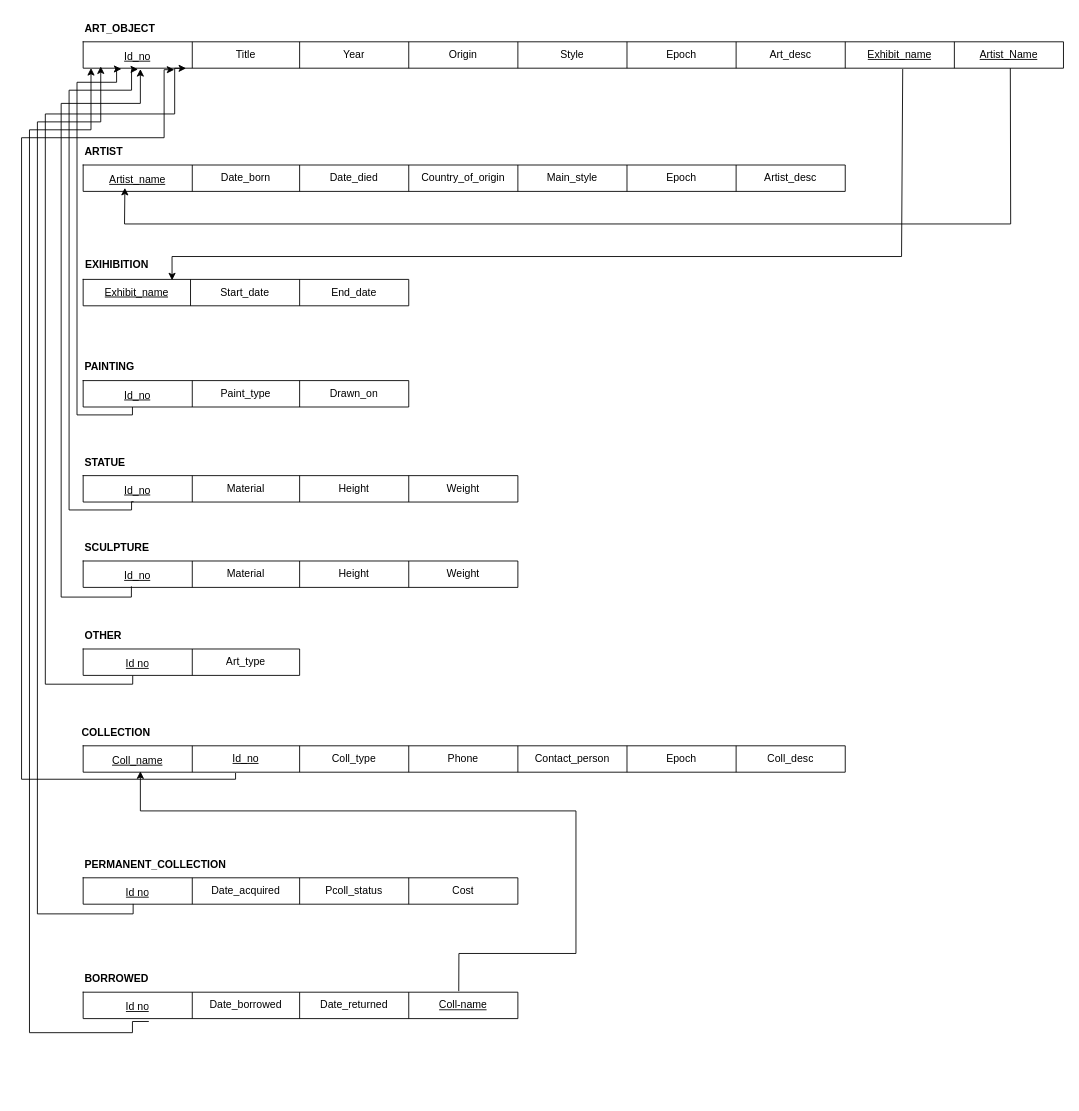
Above: Database-design/final_project_relational_model.drawio in ENSF-300-F23/museum-project-l01-34 (draw.io), before the change. Source tidied: cells renumbered, new cells numbered last; positions are measured from the earlier drawing's top-left corner, leaving out a move shared by most shapes. Both pictures are drawn from the tidied source at 88%, with x=0, y=0 at pixel (21, 15).
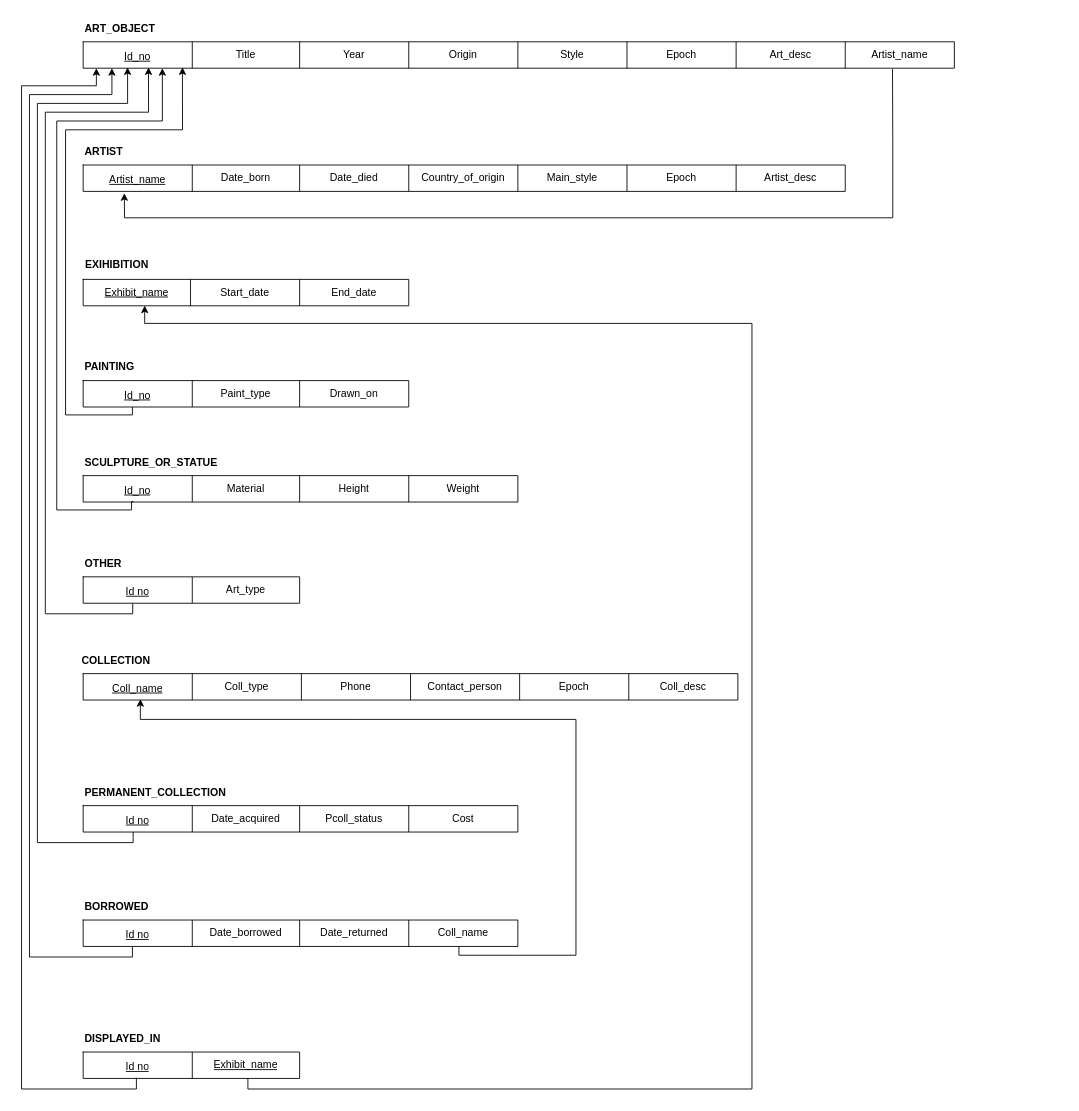
The same page after the edit.

Commit message:
changed according to changes in eerd

Unchanged cells that the change refers to:
```xml
<mxCell id="15" style="shape=tableRow;horizontal=0;startSize=0;swimlaneHead=0;swimlaneBody=0;strokeColor=inherit;top=0;left=0;bottom=0;right=0;fillColor=none;points=[[0,0.5],[1,0.5]];portConstraint=eastwest;fontSize=16;" parent="14" vertex="1">
  <mxGeometry width="866" height="30" as="geometry" />
</mxCell>
<mxCell id="25" style="shape=tableRow;horizontal=0;startSize=0;swimlaneHead=0;swimlaneBody=0;strokeColor=inherit;top=0;left=0;bottom=0;right=0;fillColor=none;points=[[0,0.5],[1,0.5]];portConstraint=eastwest;fontSize=16;" parent="24" vertex="1">
  <mxGeometry width="370" height="30" as="geometry" />
</mxCell>
<mxCell id="37" style="shape=table;startSize=0;childLayout=tableLayout;fontSize=11;" parent="1" vertex="1">
  <mxGeometry x="70" y="523" width="494" height="30" as="geometry" />
</mxCell>
<mxCell id="52" style="shape=tableRow;horizontal=0;startSize=0;swimlaneHead=0;swimlaneBody=0;strokeColor=inherit;top=0;left=0;bottom=0;right=0;fillColor=none;points=[[0,0.5],[1,0.5]];portConstraint=eastwest;fontSize=16;" parent="51" vertex="1">
  <mxGeometry width="246" height="30" as="geometry" />
</mxCell>
<mxCell id="67" style="shape=tableRow;horizontal=0;startSize=0;swimlaneHead=0;swimlaneBody=0;strokeColor=inherit;top=0;left=0;bottom=0;right=0;fillColor=none;points=[[0,0.5],[1,0.5]];portConstraint=eastwest;fontSize=16;" parent="66" vertex="1">
  <mxGeometry width="494" height="30" as="geometry" />
</mxCell>
<mxCell id="74" style="shape=tableRow;horizontal=0;startSize=0;swimlaneHead=0;swimlaneBody=0;strokeColor=inherit;top=0;left=0;bottom=0;right=0;fillColor=none;points=[[0,0.5],[1,0.5]];portConstraint=eastwest;fontSize=16;" parent="73" vertex="1">
  <mxGeometry width="494" height="30" as="geometry" />
</mxCell>
```

The edit, as a diff of the source:
```diff
@@
     <mxCell id="2" style="shape=table;startSize=0;childLayout=tableLayout;fontSize=11;" parent="1" vertex="1">
-      <mxGeometry x="70" y="30" width="1114" height="30" as="geometry" />
+      <mxGeometry x="70" y="30" width="990" height="30" as="geometry" />
     </mxCell>
     <mxCell id="3" style="shape=tableRow;horizontal=0;startSize=0;swimlaneHead=0;swimlaneBody=0;strokeColor=inherit;top=0;left=0;bottom=0;right=0;fillColor=none;points=[[0,0.5],[1,0.5]];portConstraint=eastwest;fontSize=16;" parent="2" vertex="1">
-      <mxGeometry width="1114" height="30" as="geometry" />
+      <mxGeometry width="990" height="30" as="geometry" />
     </mxCell>
@@
-    <mxCell id="11" value="&lt;u&gt;Exhibit_name&lt;/u&gt;" style="shape=partialRectangle;html=1;whiteSpace=wrap;strokeColor=inherit;overflow=hidden;fillColor=none;top=0;left=0;bottom=0;right=0;fontSize=12;" parent="3" vertex="1">
-      <mxGeometry x="866" width="124" height="30" as="geometry" />
-    </mxCell>
-    <mxCell id="12" value="&lt;u&gt;Artist_Name&lt;/u&gt;" style="shape=partialRectangle;html=1;whiteSpace=wrap;strokeColor=inherit;overflow=hidden;fillColor=none;top=0;left=0;bottom=0;right=0;fontSize=12;" parent="3" vertex="1">
-      <mxGeometry x="990" width="124" height="30" as="geometry" />
+    <mxCell id="12" value="&lt;span&gt;Artist_name&lt;/span&gt;" style="shape=partialRectangle;html=1;whiteSpace=wrap;strokeColor=inherit;overflow=hidden;fillColor=none;top=0;left=0;bottom=0;right=0;fontSize=12;fontStyle=0;" parent="3" vertex="1">
+      <mxGeometry x="866" width="124" height="30" as="geometry" />
     </mxCell>
@@
-    <mxCell id="36" value="STATUE" style="text;html=1;strokeColor=none;fillColor=none;align=left;verticalAlign=middle;whiteSpace=wrap;rounded=0;fontStyle=1;" parent="1" vertex="1">
-      <mxGeometry x="70" y="493" width="90" height="30" as="geometry" />
+    <mxCell id="36" value="SCULPTURE_OR_STATUE" style="text;html=1;strokeColor=none;fillColor=none;align=left;verticalAlign=middle;whiteSpace=wrap;rounded=0;fontStyle=1;" parent="1" vertex="1">
+      <mxGeometry x="70" y="493" width="160" height="30" as="geometry" />
     </mxCell>
@@
-    <mxCell id="43" value="SCULPTURE" style="text;html=1;strokeColor=none;fillColor=none;align=left;verticalAlign=middle;whiteSpace=wrap;rounded=0;fontStyle=1;" parent="1" vertex="1">
-      <mxGeometry x="70" y="590" width="90" height="30" as="geometry" />
-    </mxCell>
-    <mxCell id="44" style="shape=table;startSize=0;childLayout=tableLayout;fontSize=11;" parent="1" vertex="1">
-      <mxGeometry x="70" y="620" width="494" height="30" as="geometry" />
-    </mxCell>
-    <mxCell id="45" style="shape=tableRow;horizontal=0;startSize=0;swimlaneHead=0;swimlaneBody=0;strokeColor=inherit;top=0;left=0;bottom=0;right=0;fillColor=none;points=[[0,0.5],[1,0.5]];portConstraint=eastwest;fontSize=16;" parent="44" vertex="1">
-      <mxGeometry width="494" height="30" as="geometry" />
-    </mxCell>
-    <mxCell id="46" value="&lt;span style=&quot;font-size: 12px;&quot;&gt;&lt;u&gt;Id_no&lt;/u&gt;&lt;/span&gt;" style="shape=partialRectangle;html=1;whiteSpace=wrap;strokeColor=inherit;overflow=hidden;fillColor=none;top=0;left=0;bottom=0;right=0;fontSize=16;" parent="45" vertex="1">
-      <mxGeometry width="124" height="30" as="geometry" />
-    </mxCell>
-    <mxCell id="47" value="Material" style="shape=partialRectangle;html=1;whiteSpace=wrap;strokeColor=inherit;overflow=hidden;fillColor=none;top=0;left=0;bottom=0;right=0;fontSize=12;" parent="45" vertex="1">
-      <mxGeometry x="124" width="122" height="30" as="geometry" />
-    </mxCell>
-    <mxCell id="48" value="Height" style="shape=partialRectangle;html=1;whiteSpace=wrap;strokeColor=inherit;overflow=hidden;fillColor=none;top=0;left=0;bottom=0;right=0;fontSize=12;" parent="45" vertex="1">
-      <mxGeometry x="246" width="124" height="30" as="geometry" />
-    </mxCell>
-    <mxCell id="49" value="Weight" style="shape=partialRectangle;html=1;whiteSpace=wrap;strokeColor=inherit;overflow=hidden;fillColor=none;top=0;left=0;bottom=0;right=0;fontSize=12;" parent="45" vertex="1">
-      <mxGeometry x="370" width="124" height="30" as="geometry" />
-    </mxCell>
     <mxCell id="50" value="OTHER" style="text;html=1;strokeColor=none;fillColor=none;align=left;verticalAlign=middle;whiteSpace=wrap;rounded=0;fontStyle=1;" parent="1" vertex="1">
-      <mxGeometry x="70" y="690" width="90" height="30" as="geometry" />
+      <mxGeometry x="70" y="608" width="90" height="30" as="geometry" />
     </mxCell>
     <mxCell id="51" style="shape=table;startSize=0;childLayout=tableLayout;fontSize=11;" parent="1" vertex="1">
-      <mxGeometry x="70" y="720" width="246" height="30" as="geometry" />
+      <mxGeometry x="70" y="638" width="246" height="30" as="geometry" />
     </mxCell>
@@
     <mxCell id="55" style="shape=table;startSize=0;childLayout=tableLayout;fontSize=11;" parent="1" vertex="1">
-      <mxGeometry x="70" y="830" width="866" height="30" as="geometry" />
+      <mxGeometry x="70" y="748" width="744" height="30" as="geometry" />
     </mxCell>
     <mxCell id="56" style="shape=tableRow;horizontal=0;startSize=0;swimlaneHead=0;swimlaneBody=0;strokeColor=inherit;top=0;left=0;bottom=0;right=0;fillColor=none;points=[[0,0.5],[1,0.5]];portConstraint=eastwest;fontSize=16;" parent="55" vertex="1">
-      <mxGeometry width="866" height="30" as="geometry" />
+      <mxGeometry width="744" height="30" as="geometry" />
     </mxCell>
@@
-    <mxCell id="58" value="&lt;u&gt;Id_no&lt;/u&gt;" style="shape=partialRectangle;html=1;whiteSpace=wrap;strokeColor=inherit;overflow=hidden;fillColor=none;top=0;left=0;bottom=0;right=0;fontSize=12;" parent="56" vertex="1">
-      <mxGeometry x="124" width="122" height="30" as="geometry" />
-    </mxCell>
     <mxCell id="59" value="Coll_type" style="shape=partialRectangle;html=1;whiteSpace=wrap;strokeColor=inherit;overflow=hidden;fillColor=none;top=0;left=0;bottom=0;right=0;fontSize=12;" parent="56" vertex="1">
-      <mxGeometry x="246" width="124" height="30" as="geometry" />
+      <mxGeometry x="124" width="124" height="30" as="geometry" />
     </mxCell>
     <mxCell id="60" value="Phone" style="shape=partialRectangle;html=1;whiteSpace=wrap;strokeColor=inherit;overflow=hidden;fillColor=none;top=0;left=0;bottom=0;right=0;fontSize=12;" parent="56" vertex="1">
-      <mxGeometry x="370" width="124" height="30" as="geometry" />
+      <mxGeometry x="248" width="124" height="30" as="geometry" />
     </mxCell>
     <mxCell id="61" value="Contact_person" style="shape=partialRectangle;html=1;whiteSpace=wrap;strokeColor=inherit;overflow=hidden;fillColor=none;top=0;left=0;bottom=0;right=0;fontSize=12;" parent="56" vertex="1">
-      <mxGeometry x="494" width="124" height="30" as="geometry" />
+      <mxGeometry x="372" width="124" height="30" as="geometry" />
     </mxCell>
     <mxCell id="62" value="Epoch" style="shape=partialRectangle;html=1;whiteSpace=wrap;strokeColor=inherit;overflow=hidden;fillColor=none;top=0;left=0;bottom=0;right=0;fontSize=12;" parent="56" vertex="1">
-      <mxGeometry x="618" width="124" height="30" as="geometry" />
+      <mxGeometry x="496" width="124" height="30" as="geometry" />
     </mxCell>
     <mxCell id="63" value="Coll_desc" style="shape=partialRectangle;html=1;whiteSpace=wrap;strokeColor=inherit;overflow=hidden;fillColor=none;top=0;left=0;bottom=0;right=0;fontSize=12;" parent="56" vertex="1">
-      <mxGeometry x="742" width="124" height="30" as="geometry" />
+      <mxGeometry x="620" width="124" height="30" as="geometry" />
     </mxCell>
     <mxCell id="64" value="PERMANENT_COLLECTION" style="text;html=1;strokeColor=none;fillColor=none;align=left;verticalAlign=middle;whiteSpace=wrap;rounded=0;fontStyle=1;" parent="1" vertex="1">
-      <mxGeometry x="70" y="950" width="90" height="30" as="geometry" />
+      <mxGeometry x="70" y="868" width="90" height="30" as="geometry" />
     </mxCell>
     <mxCell id="65" value="&lt;b&gt;COLLECTION&lt;/b&gt;" style="text;html=1;align=center;verticalAlign=middle;strokeColor=none;fillColor=none;" parent="1" vertex="1">
-      <mxGeometry x="57" y="800" width="100" height="30" as="geometry" />
+      <mxGeometry x="57" y="718" width="100" height="30" as="geometry" />
     </mxCell>
     <mxCell id="66" style="shape=table;startSize=0;childLayout=tableLayout;fontSize=11;" parent="1" vertex="1">
-      <mxGeometry x="70" y="980" width="494" height="30" as="geometry" />
+      <mxGeometry x="70" y="898" width="494" height="30" as="geometry" />
     </mxCell>
@@
     <mxCell id="72" value="BORROWED" style="text;html=1;strokeColor=none;fillColor=none;align=left;verticalAlign=middle;whiteSpace=wrap;rounded=0;fontStyle=1;" parent="1" vertex="1">
-      <mxGeometry x="70" y="1080" width="90" height="30" as="geometry" />
+      <mxGeometry x="70" y="998" width="90" height="30" as="geometry" />
     </mxCell>
     <mxCell id="73" style="shape=table;startSize=0;childLayout=tableLayout;fontSize=11;" parent="1" vertex="1">
-      <mxGeometry x="70" y="1110" width="494" height="30" as="geometry" />
+      <mxGeometry x="70" y="1028" width="494" height="30" as="geometry" />
     </mxCell>
@@
-    <mxCell id="78" value="&lt;u&gt;Coll-name&lt;/u&gt;" style="shape=partialRectangle;html=1;whiteSpace=wrap;strokeColor=inherit;overflow=hidden;fillColor=none;top=0;left=0;bottom=0;right=0;fontSize=12;" parent="74" vertex="1">
+    <mxCell id="78" value="&lt;span&gt;Coll_name&lt;/span&gt;" style="shape=partialRectangle;html=1;whiteSpace=wrap;strokeColor=inherit;overflow=hidden;fillColor=none;top=0;left=0;bottom=0;right=0;fontSize=12;fontStyle=0;" parent="74" vertex="1">
       <mxGeometry x="370" width="124" height="30" as="geometry" />
     </mxCell>
-    <mxCell id="79" style="edgeStyle=orthogonalEdgeStyle;rounded=0;jettySize=auto;html=1;entryX=0.039;entryY=1.031;entryDx=0;entryDy=0;entryPerimeter=0;" parent="1" edge="1" target="3">
+    <mxCell id="79" style="edgeStyle=orthogonalEdgeStyle;rounded=0;jettySize=auto;html=1;entryX=0.114;entryY=0.968;entryDx=0;entryDy=0;entryPerimeter=0;" parent="1" edge="1" target="3">
       <mxGeometry relative="1" as="geometry">
         <mxPoint x="126" y="445" as="sourcePoint" />
         <Array as="points">
           <mxPoint x="126" y="454" />
-          <mxPoint x="63" y="454" />
-          <mxPoint x="63" y="76" />
-          <mxPoint x="108" y="76" />
-          <mxPoint x="108" y="61" />
+          <mxPoint x="50" y="454" />
+          <mxPoint x="50" y="130" />
+          <mxPoint x="183" y="130" />
         </Array>
       </mxGeometry>
     </mxCell>
-    <mxCell id="80" style="edgeStyle=orthogonalEdgeStyle;rounded=0;jettySize=auto;html=1;entryX=0.056;entryY=1.042;entryDx=0;entryDy=0;entryPerimeter=0;exitX=0.116;exitY=0.986;exitDx=0;exitDy=0;exitPerimeter=0;" parent="1" edge="1" source="37" target="3">
+    <mxCell id="80" style="edgeStyle=orthogonalEdgeStyle;rounded=0;jettySize=auto;html=1;exitX=0.116;exitY=0.986;exitDx=0;exitDy=0;exitPerimeter=0;" parent="1" edge="1" source="37">
       <mxGeometry relative="1" as="geometry">
+        <mxPoint x="160" y="60" as="targetPoint" />
         <Array as="points">
           <mxPoint x="125" y="553" />
           <mxPoint x="125" y="562" />
-          <mxPoint x="54" y="562" />
-          <mxPoint x="54" y="85" />
-          <mxPoint x="125" y="85" />
+          <mxPoint x="40" y="562" />
+          <mxPoint x="40" y="120" />
+          <mxPoint x="160" y="120" />
         </Array>
       </mxGeometry>
     </mxCell>
-    <mxCell id="81" style="edgeStyle=orthogonalEdgeStyle;rounded=0;jettySize=auto;html=1;exitX=0.111;exitY=0.96;exitDx=0;exitDy=0;exitPerimeter=0;" parent="1" edge="1" source="45">
-      <mxGeometry relative="1" as="geometry">
-        <mxPoint x="135" y="61" as="targetPoint" />
-        <Array as="points">
-          <mxPoint x="125" y="661" />
-          <mxPoint x="45" y="661" />
-          <mxPoint x="45" y="100" />
-          <mxPoint x="135" y="100" />
-          <mxPoint x="135" y="61" />
-        </Array>
-      </mxGeometry>
-    </mxCell>
-    <mxCell id="82" style="edgeStyle=orthogonalEdgeStyle;rounded=0;jettySize=auto;html=1;entryX=0.105;entryY=1.004;entryDx=0;entryDy=0;entryPerimeter=0;exitX=0.229;exitY=1.007;exitDx=0;exitDy=0;exitPerimeter=0;" parent="1" edge="1" source="52" target="3">
+    <mxCell id="82" style="edgeStyle=orthogonalEdgeStyle;rounded=0;jettySize=auto;html=1;entryX=0.075;entryY=0.968;entryDx=0;entryDy=0;entryPerimeter=0;exitX=0.229;exitY=1.007;exitDx=0;exitDy=0;exitPerimeter=0;" parent="1" edge="1" source="52" target="3">
       <mxGeometry relative="1" as="geometry">
         <Array as="points">
-          <mxPoint x="126" y="760" />
-          <mxPoint x="27" y="760" />
-          <mxPoint x="27" y="112" />
-          <mxPoint x="174" y="112" />
+          <mxPoint x="126" y="680" />
+          <mxPoint x="27" y="680" />
+          <mxPoint x="27" y="110" />
+          <mxPoint x="144" y="110" />
         </Array>
       </mxGeometry>
     </mxCell>
-    <mxCell id="83" style="edgeStyle=orthogonalEdgeStyle;rounded=0;jettySize=auto;html=1;exitX=0.115;exitY=0.99;exitDx=0;exitDy=0;exitPerimeter=0;" parent="1" edge="1" source="67">
+    <mxCell id="83" style="edgeStyle=orthogonalEdgeStyle;rounded=0;jettySize=auto;html=1;exitX=0.115;exitY=0.99;exitDx=0;exitDy=0;exitPerimeter=0;entryX=0.051;entryY=0.968;entryDx=0;entryDy=0;entryPerimeter=0;" parent="1" edge="1" source="67" target="3">
       <mxGeometry relative="1" as="geometry">
-        <mxPoint x="90" y="58" as="targetPoint" />
         <Array as="points">
-          <mxPoint x="127" y="1021" />
-          <mxPoint x="18" y="1021" />
-          <mxPoint x="18" y="121" />
-          <mxPoint x="90" y="121" />
+          <mxPoint x="127" y="940" />
+          <mxPoint x="18" y="940" />
+          <mxPoint x="18" y="100" />
+          <mxPoint x="121" y="100" />
         </Array>
       </mxGeometry>
     </mxCell>
-    <mxCell id="84" style="edgeStyle=orthogonalEdgeStyle;rounded=0;jettySize=auto;html=1;exitX=0.151;exitY=1.109;exitDx=0;exitDy=0;exitPerimeter=0;entryX=0.008;entryY=0.995;entryDx=0;entryDy=0;entryPerimeter=0;" parent="1" edge="1" source="74" target="3">
+    <mxCell id="84" style="edgeStyle=orthogonalEdgeStyle;rounded=0;jettySize=auto;html=1;entryX=0.033;entryY=1;entryDx=0;entryDy=0;entryPerimeter=0;" parent="1" edge="1" source="74" target="3">
       <mxGeometry relative="1" as="geometry">
         <Array as="points">
-          <mxPoint x="126" y="1156" />
-          <mxPoint x="9" y="1156" />
-          <mxPoint x="9" y="130" />
-          <mxPoint x="78" y="130" />
+          <mxPoint x="126" y="1070" />
+          <mxPoint x="9" y="1070" />
+          <mxPoint x="9" y="90" />
+          <mxPoint x="103" y="90" />
         </Array>
       </mxGeometry>
     </mxCell>
-    <mxCell id="85" style="edgeStyle=orthogonalEdgeStyle;rounded=0;jettySize=auto;html=1;exitX=0.2;exitY=1.03;exitDx=0;exitDy=0;exitPerimeter=0;entryX=0.093;entryY=1.056;entryDx=0;entryDy=0;entryPerimeter=0;" parent="1" edge="1" source="56" target="2">
-      <mxGeometry relative="1" as="geometry">
-        <Array as="points">
-          <mxPoint x="243" y="868" />
-          <mxPoint y="868" />
-          <mxPoint y="139" />
-          <mxPoint x="162" y="139" />
-        </Array>
-      </mxGeometry>
-    </mxCell>
-    <mxCell id="86" style="endArrow=classic;html=1;rounded=0;exitX=0.836;exitY=1.033;exitDx=0;exitDy=0;exitPerimeter=0;entryX=0.273;entryY=0.033;entryDx=0;entryDy=0;entryPerimeter=0;" parent="1" edge="1" source="3" target="25">
-      <mxGeometry relative="1" as="geometry">
-        <Array as="points">
-          <mxPoint x="1000" y="274" />
-          <mxPoint x="171" y="274" />
-        </Array>
-      </mxGeometry>
-    </mxCell>
-    <mxCell id="87" style="endArrow=classic;html=1;rounded=0;exitX=0.953;exitY=1.033;exitDx=0;exitDy=0;exitPerimeter=0;entryX=0.064;entryY=0.9;entryDx=0;entryDy=0;entryPerimeter=0;" parent="1" edge="1">
+    <mxCell id="87" style="endArrow=classic;html=1;rounded=0;exitX=0.929;exitY=1.032;exitDx=0;exitDy=0;exitPerimeter=0;entryX=0.054;entryY=1.069;entryDx=0;entryDy=0;entryPerimeter=0;" parent="1" edge="1" source="3" target="15">
       <mxGeometry relative="1" as="geometry">
-        <mxPoint x="1123.6" y="60" as="sourcePoint" />
-        <mxPoint x="117.4" y="196" as="targetPoint" />
         <Array as="points">
-          <mxPoint x="1124" y="237" />
-          <mxPoint x="117" y="237" />
+          <mxPoint x="990" y="140" />
+          <mxPoint x="990" y="230" />
+          <mxPoint x="117" y="230" />
         </Array>
       </mxGeometry>
     </mxCell>
-    <mxCell id="88" style="endArrow=classic;html=1;rounded=0;exitX=0.864;exitY=-0.04;exitDx=0;exitDy=0;exitPerimeter=0;" parent="1" edge="1" source="74">
+    <mxCell id="88" style="endArrow=classic;html=1;rounded=0;" parent="1" edge="1">
       <mxGeometry relative="1" as="geometry">
-        <mxPoint x="135" y="859" as="targetPoint" />
+        <mxPoint x="497" y="1058" as="sourcePoint" />
+        <mxPoint x="135" y="777" as="targetPoint" />
         <Array as="points">
-          <mxPoint x="497" y="1066" />
-          <mxPoint x="630" y="1066" />
-          <mxPoint x="630" y="904" />
-          <mxPoint x="135" y="904" />
+          <mxPoint x="497" y="1068" />
+          <mxPoint x="560" y="1068" />
+          <mxPoint x="630" y="1068" />
+          <mxPoint x="630" y="800" />
+          <mxPoint x="380" y="800" />
+          <mxPoint x="135" y="800" />
         </Array>
       </mxGeometry>
     </mxCell>
+    <mxCell id="89" style="shape=table;startSize=0;childLayout=tableLayout;fontSize=11;" parent="1" vertex="1">
+      <mxGeometry x="70" y="1178" width="246" height="30" as="geometry" />
+    </mxCell>
+    <mxCell id="90" style="shape=tableRow;horizontal=0;startSize=0;swimlaneHead=0;swimlaneBody=0;strokeColor=inherit;top=0;left=0;bottom=0;right=0;fillColor=none;points=[[0,0.5],[1,0.5]];portConstraint=eastwest;fontSize=16;" parent="89" vertex="1">
+      <mxGeometry width="246" height="30" as="geometry" />
+    </mxCell>
+    <mxCell id="91" value="&lt;span style=&quot;font-size: 12px;&quot;&gt;&lt;u&gt;Id no&lt;/u&gt;&lt;/span&gt;" style="shape=partialRectangle;html=1;whiteSpace=wrap;strokeColor=inherit;overflow=hidden;fillColor=none;top=0;left=0;bottom=0;right=0;fontSize=16;" parent="90" vertex="1">
+      <mxGeometry width="124" height="30" as="geometry" />
+    </mxCell>
+    <mxCell id="11" value="Exhibit_name" style="shape=partialRectangle;html=1;whiteSpace=wrap;strokeColor=inherit;overflow=hidden;fillColor=none;top=0;left=0;bottom=0;right=0;fontSize=12;fontStyle=4;" parent="90" vertex="1">
+      <mxGeometry x="124" width="122" height="30" as="geometry" />
+    </mxCell>
+    <mxCell id="92" value="DISPLAYED_IN" style="text;html=1;strokeColor=none;fillColor=none;align=left;verticalAlign=middle;whiteSpace=wrap;rounded=0;fontStyle=1;" parent="1" vertex="1">
+      <mxGeometry x="70" y="1148" width="90" height="30" as="geometry" />
+    </mxCell>
+    <mxCell id="93" style="edgeStyle=orthogonalEdgeStyle;rounded=0;jettySize=auto;html=1;exitX=0.246;exitY=0.973;exitDx=0;exitDy=0;exitPerimeter=0;" parent="1" edge="1" source="90">
+      <mxGeometry relative="1" as="geometry">
+        <mxPoint x="85" y="60" as="targetPoint" />
+        <Array as="points">
+          <mxPoint x="131" y="1220" />
+          <mxPoint y="1220" />
+          <mxPoint y="80" />
+          <mxPoint x="85" y="80" />
+        </Array>
+      </mxGeometry>
+    </mxCell>
+    <mxCell id="94" style="edgeStyle=orthogonalEdgeStyle;rounded=0;jettySize=auto;html=1;entryX=0.189;entryY=0.992;entryDx=0;entryDy=0;entryPerimeter=0;exitX=0.761;exitY=0.992;exitDx=0;exitDy=0;exitPerimeter=0;" parent="1" edge="1" source="90" target="25">
+      <mxGeometry relative="1" as="geometry">
+        <Array as="points">
+          <mxPoint x="257" y="1220" />
+          <mxPoint x="830" y="1220" />
+          <mxPoint x="830" y="350" />
+          <mxPoint x="140" y="350" />
+        </Array>
+      </mxGeometry>
+    </mxCell>
```
